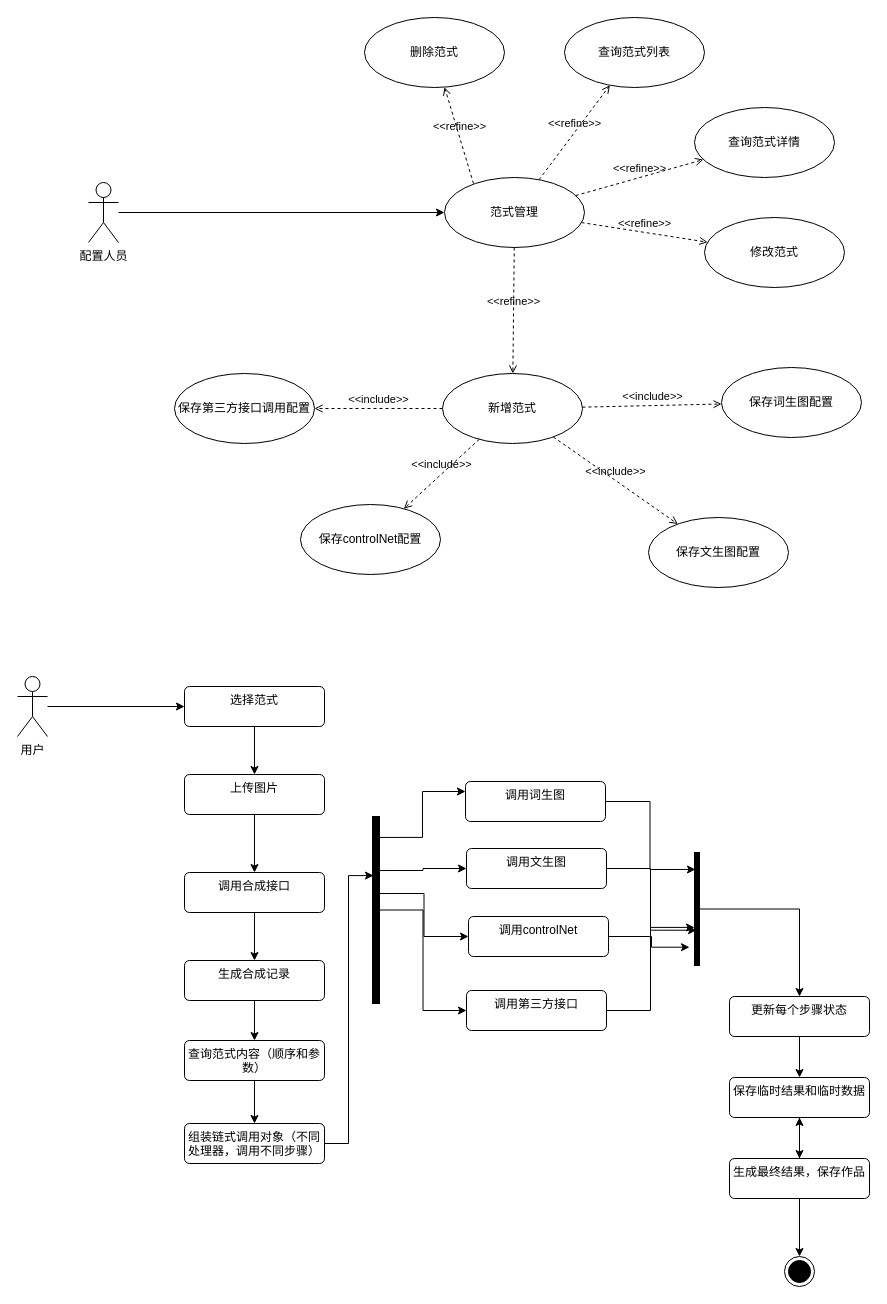
The draw.io diagram AIGC服务切换webUI.drawio in milletzhu/datasource, before the edit. Source tidied: cells renumbered, new cells numbered last; positions are measured from the earlier drawing's top-left corner, leaving out a move shared by most shapes. Both pictures are drawn from the tidied source at 100%, with x=0, y=0 at pixel (17, 17).
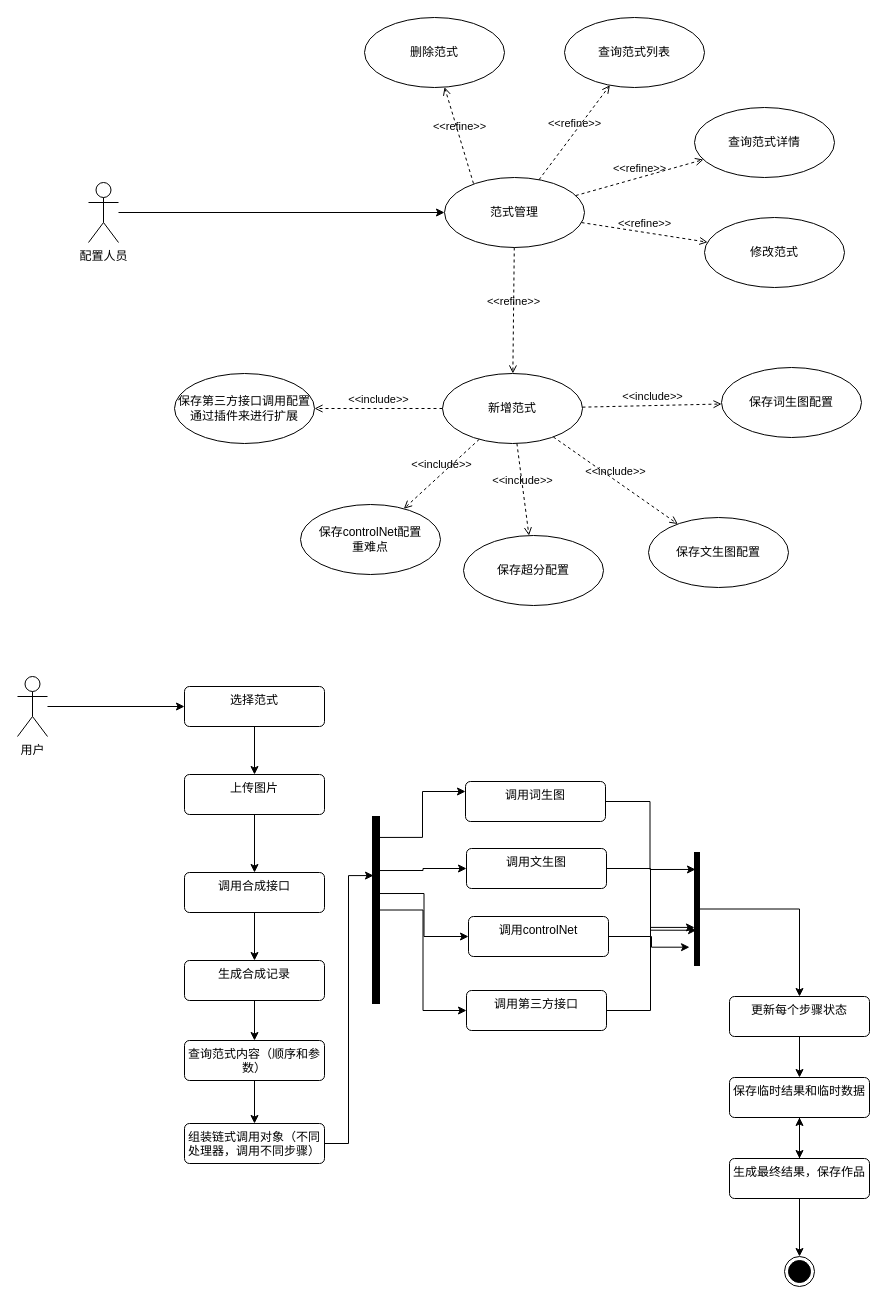
After the change.

Commit message:
更新AIGC服务切换webUI.drawio

The change refers to these unchanged cells:
```xml
<mxCell id="9" value="新增范式" style="ellipse;whiteSpace=wrap;html=1;" parent="1" vertex="1">
  <mxGeometry x="425" y="356" width="140" height="70" as="geometry" />
</mxCell>
```

What changed in the source:
```diff
@@
-    <mxCell id="17" value="保存第三方接口调用配置" style="ellipse;whiteSpace=wrap;html=1;" parent="1" vertex="1">
+    <mxCell id="17" value="保存第三方接口调用配置&lt;br&gt;通过插件来进行扩展" style="ellipse;whiteSpace=wrap;html=1;" parent="1" vertex="1">
       <mxGeometry x="157" y="356" width="140" height="70" as="geometry" />
     </mxCell>
-    <mxCell id="18" value="保存controlNet配置" style="ellipse;whiteSpace=wrap;html=1;" parent="1" vertex="1">
+    <mxCell id="18" value="保存controlNet配置&lt;br&gt;重难点" style="ellipse;whiteSpace=wrap;html=1;" parent="1" vertex="1">
       <mxGeometry x="283" y="487" width="140" height="70" as="geometry" />
     </mxCell>
@@
+    <mxCell id="60" value="保存超分配置" style="ellipse;whiteSpace=wrap;html=1;" parent="1" vertex="1">
+      <mxGeometry x="446" y="518" width="140" height="70" as="geometry" />
+    </mxCell>
+    <mxCell id="61" value="&amp;lt;&amp;lt;include&amp;gt;&amp;gt;" style="html=1;verticalAlign=bottom;labelBackgroundColor=none;endArrow=open;endFill=0;dashed=1;rounded=0;" parent="1" edge="1" source="9" target="60">
+      <mxGeometry relative="1" as="geometry" />
+    </mxCell>
```
